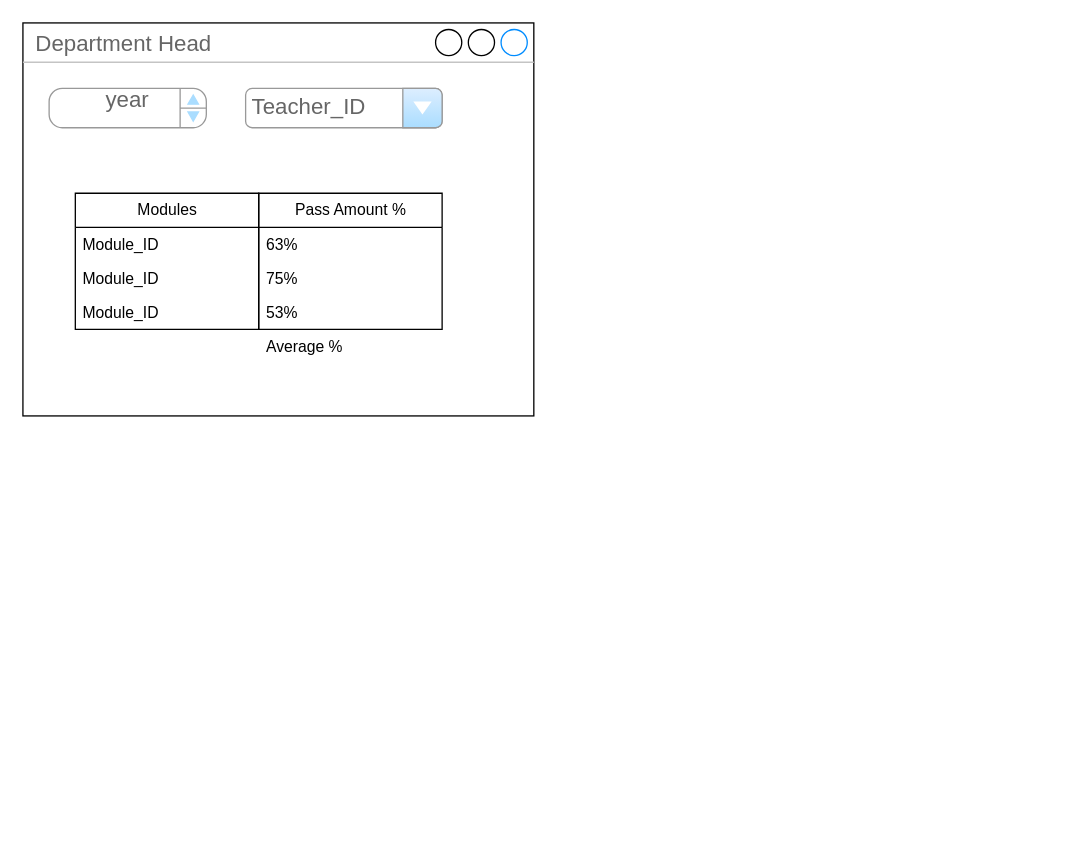
bensolo12/Databases2 keeps this draw.io diagram as page "Department Head Container" (3 of 6) of Wireframes2.drawio. Above is the earlier version. Source tidied: cells renumbered, new cells numbered last; positions are measured from the earlier drawing's top-left corner, leaving out a move shared by most shapes. Both pictures are drawn from the tidied source at 131%, with x=0, y=0 at pixel (22, 22).
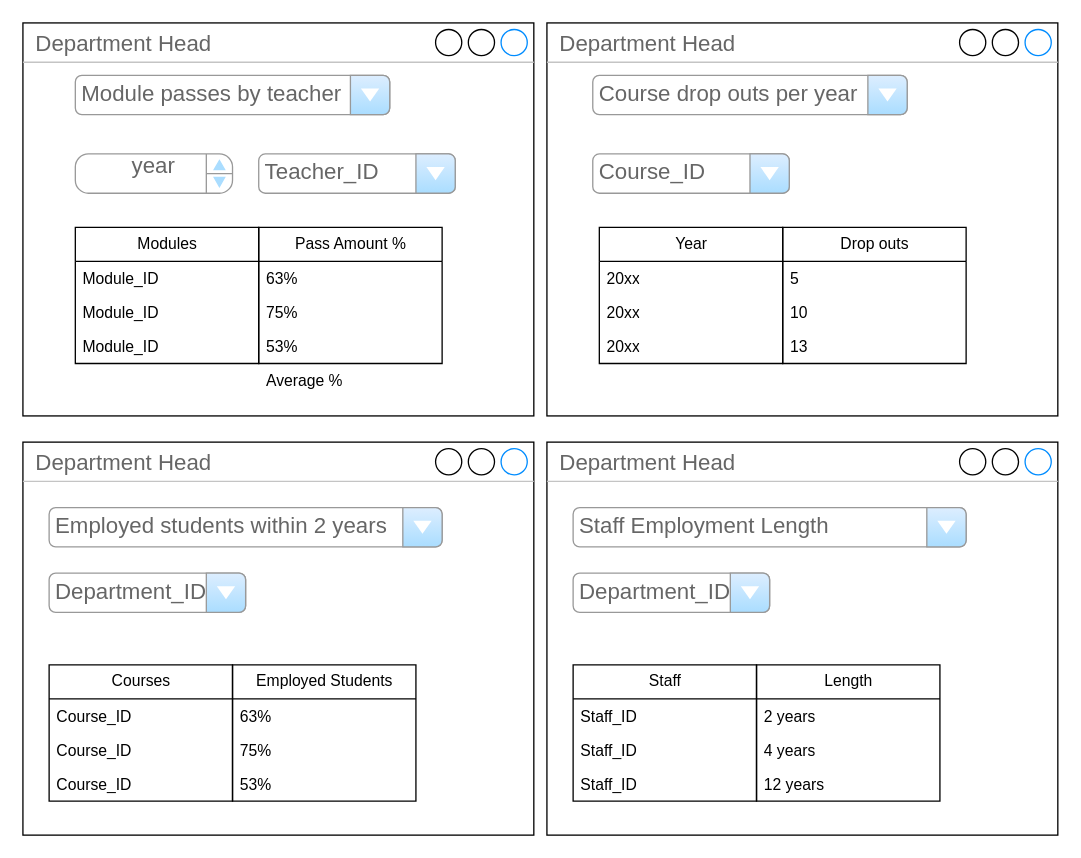
After the change.

Commit message:
Added all department head views.drawio

Diff of the diagram source:
```diff
@@
     <mxCell id="3" value="Teacher_ID" style="strokeWidth=1;shadow=0;dashed=0;align=center;html=1;shape=mxgraph.mockup.forms.comboBox;strokeColor=#999999;fillColor=#ddeeff;align=left;fillColor2=#aaddff;mainText=;fontColor=#666666;fontSize=17;spacingLeft=3;" parent="1" vertex="1">
-      <mxGeometry x="170" y="50" width="150" height="30" as="geometry" />
+      <mxGeometry x="180" y="100" width="150" height="30" as="geometry" />
     </mxCell>
     <mxCell id="4" value="year" style="strokeWidth=1;shadow=0;dashed=0;align=center;html=1;shape=mxgraph.mockup.forms.spinner;strokeColor=#999999;spinLayout=right;spinStyle=normal;adjStyle=triangle;fillColor=#aaddff;fontSize=17;fontColor=#666666;mainText=;html=1;overflow=fill;" parent="1" vertex="1">
-      <mxGeometry x="20" y="50" width="120" height="30" as="geometry" />
+      <mxGeometry x="40" y="100" width="120" height="30" as="geometry" />
     </mxCell>
     <mxCell id="5" value="Modules" style="swimlane;fontStyle=0;horizontal=1;startSize=26;fillColor=none;html=1;" parent="1" vertex="1">
-      <mxGeometry x="40" y="130" width="140" height="104" as="geometry" />
+      <mxGeometry x="40" y="156" width="140" height="104" as="geometry" />
     </mxCell>
@@
     <mxCell id="9" value="Pass Amount %" style="swimlane;fontStyle=0;horizontal=1;startSize=26;fillColor=none;html=1;" parent="1" vertex="1">
-      <mxGeometry x="180" y="130" width="140" height="104" as="geometry" />
+      <mxGeometry x="180" y="156" width="140" height="104" as="geometry" />
     </mxCell>
@@
     <mxCell id="13" value="Average %" style="text;strokeColor=none;fillColor=none;align=left;verticalAlign=top;spacingLeft=4;spacingRight=4;overflow=hidden;whiteSpace=wrap;html=1;" parent="1" vertex="1">
-      <mxGeometry x="180" y="234" width="80" height="26" as="geometry" />
+      <mxGeometry x="180" y="260" width="80" height="26" as="geometry" />
     </mxCell>
+    <mxCell id="14" value="Department Head" style="strokeWidth=1;shadow=0;dashed=0;align=center;html=1;shape=mxgraph.mockup.containers.window;align=left;verticalAlign=top;spacingLeft=8;strokeColor2=#008cff;strokeColor3=#c4c4c4;fontColor=#666666;mainText=;fontSize=17;labelBackgroundColor=none;whiteSpace=wrap;" parent="1" vertex="1">
+      <mxGeometry x="400" width="390" height="300" as="geometry" />
+    </mxCell>
+    <mxCell id="15" value="Course_ID" style="strokeWidth=1;shadow=0;dashed=0;align=center;html=1;shape=mxgraph.mockup.forms.comboBox;strokeColor=#999999;fillColor=#ddeeff;align=left;fillColor2=#aaddff;mainText=;fontColor=#666666;fontSize=17;spacingLeft=3;" parent="1" vertex="1">
+      <mxGeometry x="435" y="100" width="150" height="30" as="geometry" />
+    </mxCell>
+    <mxCell id="16" value="Year" style="swimlane;fontStyle=0;horizontal=1;startSize=26;fillColor=none;html=1;" parent="1" vertex="1">
+      <mxGeometry x="440" y="156" width="140" height="104" as="geometry" />
+    </mxCell>
+    <mxCell id="17" value="20xx" style="text;strokeColor=none;fillColor=none;align=left;verticalAlign=top;spacingLeft=4;spacingRight=4;overflow=hidden;whiteSpace=wrap;html=1;" parent="16" vertex="1">
+      <mxGeometry y="26" width="140" height="26" as="geometry" />
+    </mxCell>
+    <mxCell id="18" value="20xx" style="text;strokeColor=none;fillColor=none;align=left;verticalAlign=top;spacingLeft=4;spacingRight=4;overflow=hidden;whiteSpace=wrap;html=1;" parent="16" vertex="1">
+      <mxGeometry y="52" width="140" height="26" as="geometry" />
+    </mxCell>
+    <mxCell id="19" value="20xx" style="text;strokeColor=none;fillColor=none;align=left;verticalAlign=top;spacingLeft=4;spacingRight=4;overflow=hidden;whiteSpace=wrap;html=1;" parent="16" vertex="1">
+      <mxGeometry y="78" width="140" height="26" as="geometry" />
+    </mxCell>
+    <mxCell id="20" value="Drop outs" style="swimlane;fontStyle=0;horizontal=1;startSize=26;fillColor=none;html=1;" parent="1" vertex="1">
+      <mxGeometry x="580" y="156" width="140" height="104" as="geometry" />
+    </mxCell>
+    <mxCell id="21" value="5" style="text;strokeColor=none;fillColor=none;align=left;verticalAlign=top;spacingLeft=4;spacingRight=4;overflow=hidden;whiteSpace=wrap;html=1;" parent="20" vertex="1">
+      <mxGeometry y="26" width="140" height="26" as="geometry" />
+    </mxCell>
+    <mxCell id="22" value="10" style="text;strokeColor=none;fillColor=none;align=left;verticalAlign=top;spacingLeft=4;spacingRight=4;overflow=hidden;whiteSpace=wrap;html=1;" parent="20" vertex="1">
+      <mxGeometry y="52" width="140" height="26" as="geometry" />
+    </mxCell>
+    <mxCell id="23" value="13" style="text;strokeColor=none;fillColor=none;align=left;verticalAlign=top;spacingLeft=4;spacingRight=4;overflow=hidden;whiteSpace=wrap;html=1;" parent="20" vertex="1">
+      <mxGeometry y="78" width="140" height="26" as="geometry" />
+    </mxCell>
+    <mxCell id="24" value="Module passes by teacher" style="strokeWidth=1;shadow=0;dashed=0;align=center;html=1;shape=mxgraph.mockup.forms.comboBox;strokeColor=#999999;fillColor=#ddeeff;align=left;fillColor2=#aaddff;mainText=;fontColor=#666666;fontSize=17;spacingLeft=3;" parent="1" vertex="1">
+      <mxGeometry x="40" y="40" width="240" height="30" as="geometry" />
+    </mxCell>
+    <mxCell id="25" value="Course drop outs per year" style="strokeWidth=1;shadow=0;dashed=0;align=center;html=1;shape=mxgraph.mockup.forms.comboBox;strokeColor=#999999;fillColor=#ddeeff;align=left;fillColor2=#aaddff;mainText=;fontColor=#666666;fontSize=17;spacingLeft=3;" parent="1" vertex="1">
+      <mxGeometry x="435" y="40" width="240" height="30" as="geometry" />
+    </mxCell>
+    <mxCell id="26" value="Department Head" style="strokeWidth=1;shadow=0;dashed=0;align=center;html=1;shape=mxgraph.mockup.containers.window;align=left;verticalAlign=top;spacingLeft=8;strokeColor2=#008cff;strokeColor3=#c4c4c4;fontColor=#666666;mainText=;fontSize=17;labelBackgroundColor=none;whiteSpace=wrap;" parent="1" vertex="1">
+      <mxGeometry y="320" width="390" height="300" as="geometry" />
+    </mxCell>
+    <mxCell id="27" value="Employed students within 2 years" style="strokeWidth=1;shadow=0;dashed=0;align=center;html=1;shape=mxgraph.mockup.forms.comboBox;strokeColor=#999999;fillColor=#ddeeff;align=left;fillColor2=#aaddff;mainText=;fontColor=#666666;fontSize=17;spacingLeft=3;" parent="1" vertex="1">
+      <mxGeometry x="20" y="370" width="300" height="30" as="geometry" />
+    </mxCell>
+    <mxCell id="28" value="Department_ID" style="strokeWidth=1;shadow=0;dashed=0;align=center;html=1;shape=mxgraph.mockup.forms.comboBox;strokeColor=#999999;fillColor=#ddeeff;align=left;fillColor2=#aaddff;mainText=;fontColor=#666666;fontSize=17;spacingLeft=3;" parent="1" vertex="1">
+      <mxGeometry x="20" y="420" width="150" height="30" as="geometry" />
+    </mxCell>
+    <mxCell id="29" value="Courses" style="swimlane;fontStyle=0;horizontal=1;startSize=26;fillColor=none;html=1;" parent="1" vertex="1">
+      <mxGeometry x="20" y="490" width="140" height="104" as="geometry" />
+    </mxCell>
+    <mxCell id="30" value="Course_ID" style="text;strokeColor=none;fillColor=none;align=left;verticalAlign=top;spacingLeft=4;spacingRight=4;overflow=hidden;whiteSpace=wrap;html=1;" parent="29" vertex="1">
+      <mxGeometry y="26" width="140" height="26" as="geometry" />
+    </mxCell>
+    <mxCell id="31" value="Course_ID" style="text;strokeColor=none;fillColor=none;align=left;verticalAlign=top;spacingLeft=4;spacingRight=4;overflow=hidden;whiteSpace=wrap;html=1;" parent="29" vertex="1">
+      <mxGeometry y="52" width="140" height="26" as="geometry" />
+    </mxCell>
+    <mxCell id="32" value="Course_ID" style="text;strokeColor=none;fillColor=none;align=left;verticalAlign=top;spacingLeft=4;spacingRight=4;overflow=hidden;whiteSpace=wrap;html=1;" parent="29" vertex="1">
+      <mxGeometry y="78" width="140" height="26" as="geometry" />
+    </mxCell>
+    <mxCell id="33" value="Employed Students" style="swimlane;fontStyle=0;horizontal=1;startSize=26;fillColor=none;html=1;" parent="1" vertex="1">
+      <mxGeometry x="160" y="490" width="140" height="104" as="geometry" />
+    </mxCell>
+    <mxCell id="34" value="63%" style="text;strokeColor=none;fillColor=none;align=left;verticalAlign=top;spacingLeft=4;spacingRight=4;overflow=hidden;whiteSpace=wrap;html=1;" parent="33" vertex="1">
+      <mxGeometry y="26" width="140" height="26" as="geometry" />
+    </mxCell>
+    <mxCell id="35" value="75%" style="text;strokeColor=none;fillColor=none;align=left;verticalAlign=top;spacingLeft=4;spacingRight=4;overflow=hidden;whiteSpace=wrap;html=1;" parent="33" vertex="1">
+      <mxGeometry y="52" width="140" height="26" as="geometry" />
+    </mxCell>
+    <mxCell id="36" value="53%" style="text;strokeColor=none;fillColor=none;align=left;verticalAlign=top;spacingLeft=4;spacingRight=4;overflow=hidden;whiteSpace=wrap;html=1;" parent="33" vertex="1">
+      <mxGeometry y="78" width="140" height="26" as="geometry" />
+    </mxCell>
+    <mxCell id="37" value="Department Head" style="strokeWidth=1;shadow=0;dashed=0;align=center;html=1;shape=mxgraph.mockup.containers.window;align=left;verticalAlign=top;spacingLeft=8;strokeColor2=#008cff;strokeColor3=#c4c4c4;fontColor=#666666;mainText=;fontSize=17;labelBackgroundColor=none;whiteSpace=wrap;" parent="1" vertex="1">
+      <mxGeometry x="400" y="320" width="390" height="300" as="geometry" />
+    </mxCell>
+    <mxCell id="38" value="Staff Employment Length" style="strokeWidth=1;shadow=0;dashed=0;align=center;html=1;shape=mxgraph.mockup.forms.comboBox;strokeColor=#999999;fillColor=#ddeeff;align=left;fillColor2=#aaddff;mainText=;fontColor=#666666;fontSize=17;spacingLeft=3;" parent="1" vertex="1">
+      <mxGeometry x="420" y="370" width="300" height="30" as="geometry" />
+    </mxCell>
+    <mxCell id="39" value="Department_ID" style="strokeWidth=1;shadow=0;dashed=0;align=center;html=1;shape=mxgraph.mockup.forms.comboBox;strokeColor=#999999;fillColor=#ddeeff;align=left;fillColor2=#aaddff;mainText=;fontColor=#666666;fontSize=17;spacingLeft=3;" parent="1" vertex="1">
+      <mxGeometry x="420" y="420" width="150" height="30" as="geometry" />
+    </mxCell>
+    <mxCell id="40" value="Staff" style="swimlane;fontStyle=0;horizontal=1;startSize=26;fillColor=none;html=1;" parent="1" vertex="1">
+      <mxGeometry x="420" y="490" width="140" height="104" as="geometry" />
+    </mxCell>
+    <mxCell id="41" value="Staff_ID" style="text;strokeColor=none;fillColor=none;align=left;verticalAlign=top;spacingLeft=4;spacingRight=4;overflow=hidden;whiteSpace=wrap;html=1;" parent="40" vertex="1">
+      <mxGeometry y="26" width="140" height="26" as="geometry" />
+    </mxCell>
+    <mxCell id="42" value="Staff_ID" style="text;strokeColor=none;fillColor=none;align=left;verticalAlign=top;spacingLeft=4;spacingRight=4;overflow=hidden;whiteSpace=wrap;html=1;" parent="40" vertex="1">
+      <mxGeometry y="52" width="140" height="26" as="geometry" />
+    </mxCell>
+    <mxCell id="43" value="Staff_ID" style="text;strokeColor=none;fillColor=none;align=left;verticalAlign=top;spacingLeft=4;spacingRight=4;overflow=hidden;whiteSpace=wrap;html=1;" parent="40" vertex="1">
+      <mxGeometry y="78" width="140" height="26" as="geometry" />
+    </mxCell>
+    <mxCell id="44" value="Length" style="swimlane;fontStyle=0;horizontal=1;startSize=26;fillColor=none;html=1;" parent="1" vertex="1">
+      <mxGeometry x="560" y="490" width="140" height="104" as="geometry" />
+    </mxCell>
+    <mxCell id="45" value="2 years" style="text;strokeColor=none;fillColor=none;align=left;verticalAlign=top;spacingLeft=4;spacingRight=4;overflow=hidden;whiteSpace=wrap;html=1;" parent="44" vertex="1">
+      <mxGeometry y="26" width="140" height="26" as="geometry" />
+    </mxCell>
+    <mxCell id="46" value="4 years" style="text;strokeColor=none;fillColor=none;align=left;verticalAlign=top;spacingLeft=4;spacingRight=4;overflow=hidden;whiteSpace=wrap;html=1;" parent="44" vertex="1">
+      <mxGeometry y="52" width="140" height="26" as="geometry" />
+    </mxCell>
+    <mxCell id="47" value="12 years" style="text;strokeColor=none;fillColor=none;align=left;verticalAlign=top;spacingLeft=4;spacingRight=4;overflow=hidden;whiteSpace=wrap;html=1;" parent="44" vertex="1">
+      <mxGeometry y="78" width="140" height="26" as="geometry" />
+    </mxCell>
```
